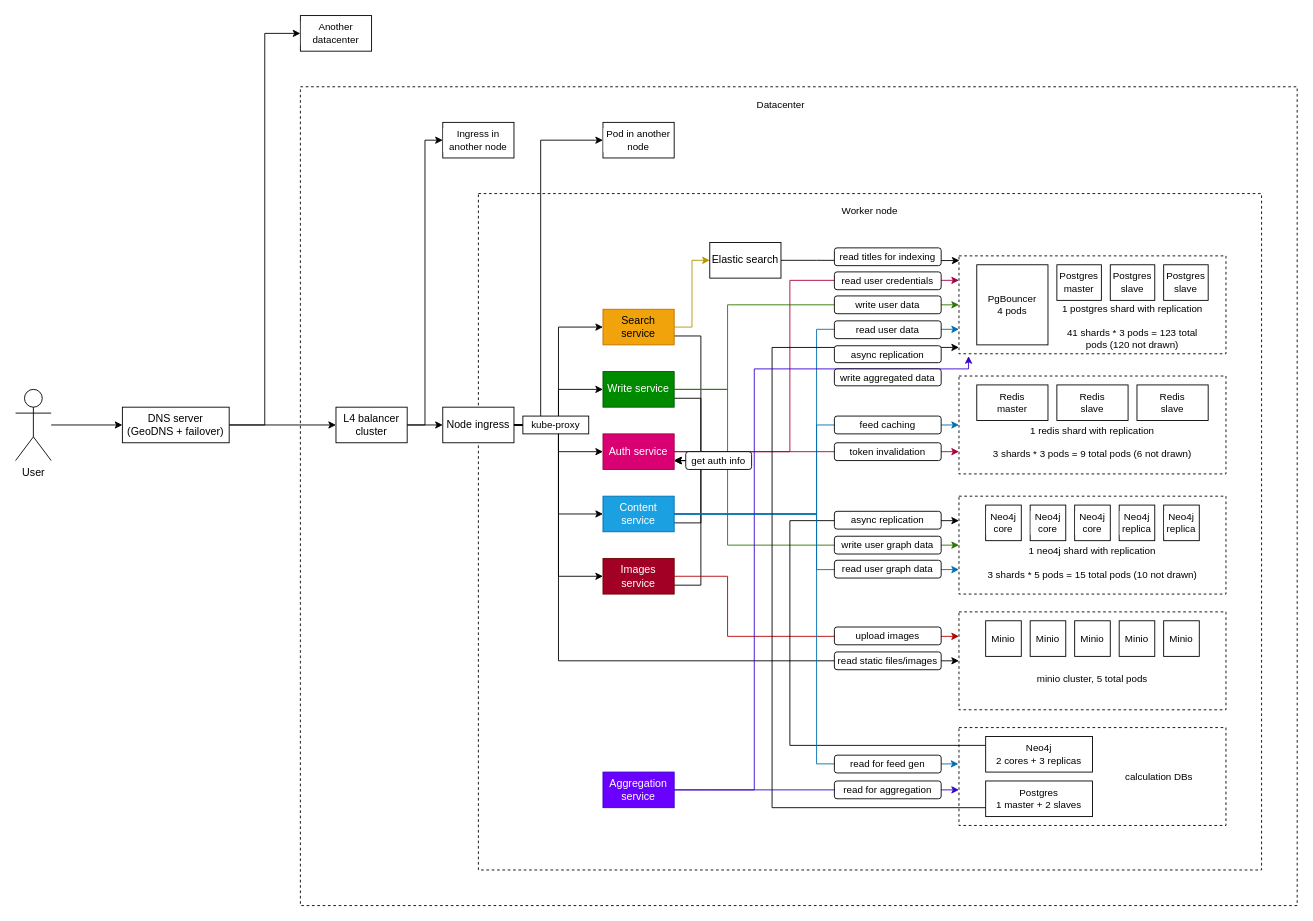
Above: assets/drawio/full-diagram.drawio in DeveloperMan313/vk-highload (draw.io), before the change. Source tidied: cells renumbered, new cells numbered last; positions are measured from the earlier drawing's top-left corner, leaving out a move shared by most shapes. Both pictures are drawn from the tidied source at 89%, with x=0, y=0 at pixel (15, 15).
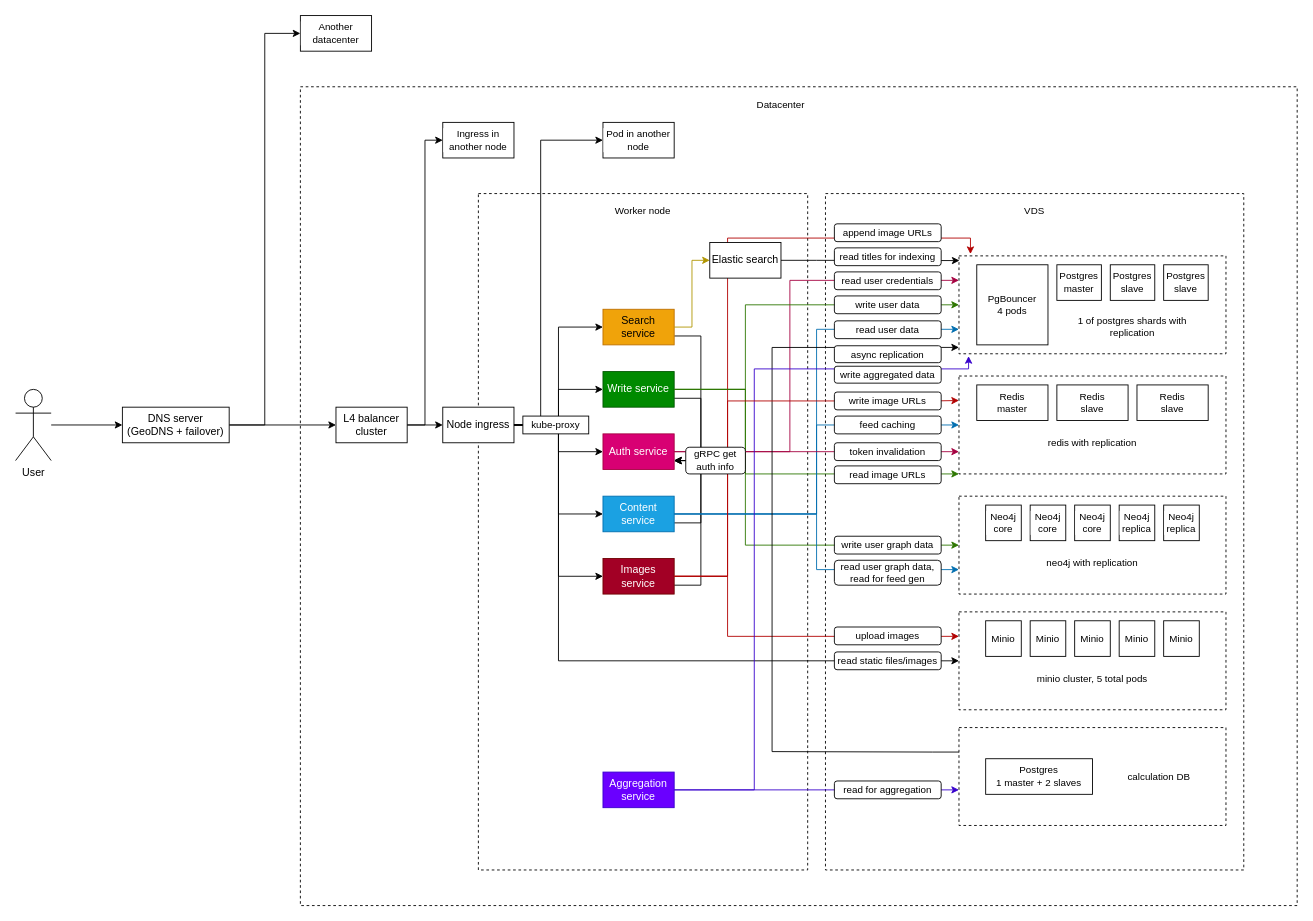
The same page after the edit.

Commit message (it also covers changes not shown here):
Fixes to resource calculations and diagram

Unchanged cells that the change refers to:
```xml
<mxCell id="11" value="&lt;div&gt;Write service&lt;/div&gt;" style="rounded=0;whiteSpace=wrap;html=1;fillColor=#008a00;fontColor=#ffffff;strokeColor=#005700;" parent="1" vertex="1">
  <mxGeometry x="660" y="400" width="80" height="40" as="geometry" />
</mxCell>
<mxCell id="14" value="Images service" style="rounded=0;whiteSpace=wrap;html=1;fillColor=#a20025;fontColor=#ffffff;strokeColor=#6F0000;" parent="1" vertex="1">
  <mxGeometry x="660" y="610" width="80" height="40" as="geometry" />
</mxCell>
<mxCell id="16" value="Content service" style="rounded=0;whiteSpace=wrap;html=1;fillColor=#1ba1e2;fontColor=#ffffff;strokeColor=#006EAF;" parent="1" vertex="1">
  <mxGeometry x="660" y="540" width="80" height="40" as="geometry" />
</mxCell>
<mxCell id="27" style="rounded=0;whiteSpace=wrap;html=1;dashed=1;" parent="1" vertex="1">
  <mxGeometry x="1060" y="270" width="300" height="110" as="geometry" />
</mxCell>
<mxCell id="32" style="rounded=0;whiteSpace=wrap;html=1;dashed=1;" parent="1" vertex="1">
  <mxGeometry x="1060" y="405" width="300" height="110" as="geometry" />
</mxCell>
<mxCell id="37" style="rounded=0;whiteSpace=wrap;html=1;dashed=1;" parent="1" vertex="1">
  <mxGeometry x="1060" y="540" width="300" height="110" as="geometry" />
</mxCell>
<mxCell id="74" style="rounded=0;whiteSpace=wrap;html=1;dashed=1;" parent="1" vertex="1">
  <mxGeometry x="1060" y="800" width="300" height="110" as="geometry" />
</mxCell>
```

Change to the diagram source:
```diff
@@
+    <mxCell id="97" style="rounded=0;whiteSpace=wrap;html=1;dashed=1;" parent="1" vertex="1">
+      <mxGeometry x="910" y="200" width="470" height="760" as="geometry" />
+    </mxCell>
     <mxCell id="3" style="rounded=0;whiteSpace=wrap;html=1;dashed=1;" parent="1" vertex="1">
-      <mxGeometry x="520" y="200" width="880" height="760" as="geometry" />
+      <mxGeometry x="520" y="200" width="370" height="760" as="geometry" />
     </mxCell>
@@
-    <mxCell id="28" value="&lt;div&gt;1 postgres shard with replication&lt;/div&gt;&lt;div&gt;&lt;br&gt;&lt;/div&gt;&lt;div&gt;41 shards * 3 pods = 123 total pods (120 not drawn)&lt;/div&gt;" style="text;html=1;whiteSpace=wrap;strokeColor=none;fillColor=none;align=center;verticalAlign=middle;rounded=0;fontFamily=Helvetica;fontSize=11;fontColor=default;labelBackgroundColor=default;" parent="1" vertex="1">
+    <mxCell id="28" value="&lt;div&gt;1 of postgres shards with replication&lt;/div&gt;" style="text;html=1;whiteSpace=wrap;strokeColor=none;fillColor=none;align=center;verticalAlign=middle;rounded=0;fontFamily=Helvetica;fontSize=11;fontColor=default;labelBackgroundColor=default;" parent="1" vertex="1">
       <mxGeometry x="1170" y="320" width="170" height="60" as="geometry" />
     </mxCell>
@@
-    <mxCell id="36" value="&lt;div&gt;1 redis shard with replication&lt;/div&gt;&lt;div&gt;&lt;br&gt;&lt;/div&gt;&lt;div&gt;3 shards * 3 pods = 9 total pods (6 not drawn)&lt;/div&gt;" style="text;html=1;whiteSpace=wrap;strokeColor=none;fillColor=none;align=center;verticalAlign=middle;rounded=0;fontFamily=Helvetica;fontSize=11;fontColor=default;labelBackgroundColor=default;" parent="1" vertex="1">
+    <mxCell id="36" value="&lt;div&gt;redis with replication&lt;/div&gt;" style="text;html=1;whiteSpace=wrap;strokeColor=none;fillColor=none;align=center;verticalAlign=middle;rounded=0;fontFamily=Helvetica;fontSize=11;fontColor=default;labelBackgroundColor=default;" parent="1" vertex="1">
       <mxGeometry x="1070" y="455" width="280" height="50" as="geometry" />
     </mxCell>
@@
-    <mxCell id="41" value="&lt;div&gt;1 neo4j shard with replication&lt;/div&gt;&lt;div&gt;&lt;br&gt;&lt;/div&gt;&lt;div&gt;3 shards * 5 pods = 15 total pods (10 not drawn)&lt;/div&gt;" style="text;html=1;whiteSpace=wrap;strokeColor=none;fillColor=none;align=center;verticalAlign=middle;rounded=0;fontFamily=Helvetica;fontSize=11;fontColor=default;labelBackgroundColor=default;" parent="1" vertex="1">
+    <mxCell id="41" value="&lt;div&gt;neo4j with replication&lt;/div&gt;" style="text;html=1;whiteSpace=wrap;strokeColor=none;fillColor=none;align=center;verticalAlign=middle;rounded=0;fontFamily=Helvetica;fontSize=11;fontColor=default;labelBackgroundColor=default;" parent="1" vertex="1">
       <mxGeometry x="1070" y="590" width="280" height="50" as="geometry" />
     </mxCell>
-    <mxCell id="42" style="endArrow=classic;startArrow=none;html=1;rounded=0;strokeColor=#2D7600;align=center;verticalAlign=middle;fontFamily=Helvetica;fontSize=11;fontColor=default;labelBackgroundColor=default;edgeStyle=orthogonalEdgeStyle;entryX=0;entryY=0.5;entryDx=0;entryDy=0;exitX=1;exitY=0.5;exitDx=0;exitDy=0;fillColor=#60a917;startFill=0;" parent="1" edge="1" source="11" target="27">
+    <mxCell id="42" style="endArrow=classic;startArrow=none;html=1;rounded=0;strokeColor=#2D7600;align=center;verticalAlign=middle;fontFamily=Helvetica;fontSize=11;fontColor=default;labelBackgroundColor=default;edgeStyle=orthogonalEdgeStyle;entryX=0;entryY=1;entryDx=0;entryDy=0;exitX=1;exitY=0.5;exitDx=0;exitDy=0;fillColor=#60a917;startFill=0;" parent="1" edge="1" source="11" target="32">
       <mxGeometry relative="1" as="geometry">
         <Array as="points">
-          <mxPoint x="800" y="420" />
-          <mxPoint x="800" y="325" />
+          <mxPoint x="820" y="420" />
+          <mxPoint x="820" y="515" />
         </Array>
       </mxGeometry>
     </mxCell>
     <mxCell id="43" style="endArrow=classic;startArrow=none;html=1;rounded=0;strokeColor=#2D7600;align=center;verticalAlign=middle;fontFamily=Helvetica;fontSize=11;fontColor=default;labelBackgroundColor=default;edgeStyle=orthogonalEdgeStyle;entryX=0;entryY=0.5;entryDx=0;entryDy=0;exitX=1;exitY=0.5;exitDx=0;exitDy=0;fillColor=#60a917;startFill=0;" parent="1" edge="1" source="11" target="37">
       <mxGeometry relative="1" as="geometry">
         <Array as="points">
-          <mxPoint x="800" y="420" />
-          <mxPoint x="800" y="595" />
+          <mxPoint x="820" y="420" />
+          <mxPoint x="820" y="595" />
         </Array>
       </mxGeometry>
     </mxCell>
@@
-    <mxCell id="55" value="Elastic search" style="rounded=0;whiteSpace=wrap;html=1;" parent="1" vertex="1">
-      <mxGeometry x="780" y="255" width="80" height="40" as="geometry" />
-    </mxCell>
@@
-    <mxCell id="61" value="write user data" style="rounded=1;whiteSpace=wrap;html=1;fontFamily=Helvetica;fontSize=11;fontColor=default;" parent="1" vertex="1">
-      <mxGeometry x="920" y="315" width="120" height="20" as="geometry" />
-    </mxCell>
@@
     <mxCell id="67" value="Worker node" style="text;html=1;strokeColor=none;fillColor=none;align=center;verticalAlign=middle;whiteSpace=wrap;rounded=0;fontSize=11;fontFamily=Helvetica;fontColor=default;" parent="1" vertex="1">
-      <mxGeometry x="520" y="200" width="880" height="40" as="geometry" />
+      <mxGeometry x="520" y="200" width="370" height="40" as="geometry" />
     </mxCell>
@@
-    <mxCell id="70" value="read user graph data" style="rounded=1;whiteSpace=wrap;html=1;fontFamily=Helvetica;fontSize=11;fontColor=default;" parent="1" vertex="1">
-      <mxGeometry x="920" y="612" width="120" height="20" as="geometry" />
+    <mxCell id="70" value="read user graph data, read for feed gen" style="rounded=1;whiteSpace=wrap;html=1;fontFamily=Helvetica;fontSize=11;fontColor=default;" parent="1" vertex="1">
+      <mxGeometry x="920" y="612" width="120" height="28" as="geometry" />
     </mxCell>
@@
     <mxCell id="75" value="Postgres&lt;br&gt;1 master + 2 slaves" style="rounded=0;whiteSpace=wrap;html=1;fontFamily=Helvetica;fontSize=11;fontColor=default;labelBackgroundColor=default;" parent="1" vertex="1">
-      <mxGeometry x="1090" y="860" width="120" height="40" as="geometry" />
+      <mxGeometry x="1090" y="835" width="120" height="40" as="geometry" />
     </mxCell>
-    <mxCell id="76" style="edgeStyle=orthogonalEdgeStyle;rounded=0;jettySize=auto;html=1;exitX=0;exitY=0.25;exitDx=0;exitDy=0;entryX=0;entryY=0.25;entryDx=0;entryDy=0;startArrow=none;startFill=0;" parent="1" edge="1" source="77" target="37">
-      <mxGeometry relative="1" as="geometry">
-        <Array as="points">
-          <mxPoint x="870" y="820" />
-          <mxPoint x="870" y="568" />
-        </Array>
-      </mxGeometry>
-    </mxCell>
-    <mxCell id="77" value="Neo4j&lt;br&gt;2 cores + 3 replicas" style="rounded=0;whiteSpace=wrap;html=1;fontFamily=Helvetica;fontSize=11;fontColor=default;labelBackgroundColor=default;" parent="1" vertex="1">
-      <mxGeometry x="1090" y="810" width="120" height="40" as="geometry" />
-    </mxCell>
-    <mxCell id="78" value="calculation DBs" style="text;html=1;whiteSpace=wrap;strokeColor=none;fillColor=none;align=center;verticalAlign=middle;rounded=0;fontFamily=Helvetica;fontSize=11;fontColor=default;labelBackgroundColor=default;" parent="1" vertex="1">
+    <mxCell id="78" value="calculation DB" style="text;html=1;whiteSpace=wrap;strokeColor=none;fillColor=none;align=center;verticalAlign=middle;rounded=0;fontFamily=Helvetica;fontSize=11;fontColor=default;labelBackgroundColor=default;" parent="1" vertex="1">
       <mxGeometry x="1210" y="810" width="150" height="90" as="geometry" />
     </mxCell>
-    <mxCell id="79" style="edgeStyle=orthogonalEdgeStyle;rounded=0;jettySize=auto;html=1;exitX=0;exitY=0.75;exitDx=0;exitDy=0;entryX=0;entryY=0.935;entryDx=0;entryDy=0;startArrow=none;startFill=0;entryPerimeter=0;" parent="1" edge="1" source="75" target="27">
+    <mxCell id="79" style="edgeStyle=orthogonalEdgeStyle;rounded=0;jettySize=auto;html=1;exitX=0;exitY=0.25;exitDx=0;exitDy=0;entryX=0;entryY=0.935;entryDx=0;entryDy=0;startArrow=none;startFill=0;entryPerimeter=0;" parent="1" edge="1" source="74" target="27">
       <mxGeometry relative="1" as="geometry">
         <Array as="points">
-          <mxPoint x="850" y="890" />
+          <mxPoint x="1030" y="827" />
+          <mxPoint x="850" y="827" />
           <mxPoint x="850" y="373" />
         </Array>
       </mxGeometry>
     </mxCell>
@@
-    <mxCell id="81" value="async replication" style="rounded=1;whiteSpace=wrap;html=1;fontFamily=Helvetica;fontSize=11;fontColor=default;" parent="1" vertex="1">
-      <mxGeometry x="920" y="557" width="120" height="20" as="geometry" />
-    </mxCell>
@@
     <mxCell id="84" value="write aggregated data" style="rounded=1;whiteSpace=wrap;html=1;fontFamily=Helvetica;fontSize=11;fontColor=default;" parent="1" vertex="1">
-      <mxGeometry x="920" y="397" width="120" height="19" as="geometry" />
+      <mxGeometry x="920" y="394" width="120" height="19" as="geometry" />
     </mxCell>
@@
-    <mxCell id="87" style="edgeStyle=orthogonalEdgeStyle;shape=connector;rounded=0;jettySize=auto;html=1;exitX=1;exitY=0.5;exitDx=0;exitDy=0;entryX=-0.002;entryY=0.371;entryDx=0;entryDy=0;entryPerimeter=0;labelBackgroundColor=default;strokeColor=#006EAF;align=center;verticalAlign=middle;fontFamily=Helvetica;fontSize=11;fontColor=default;startArrow=none;startFill=0;endArrow=classic;fillColor=#1ba1e2;" parent="1" edge="1" source="16" target="74">
-      <mxGeometry relative="1" as="geometry">
-        <Array as="points">
-          <mxPoint x="900" y="560" />
-          <mxPoint x="900" y="841" />
-        </Array>
-      </mxGeometry>
-    </mxCell>
-    <mxCell id="88" value="read for feed gen" style="rounded=1;whiteSpace=wrap;html=1;fontFamily=Helvetica;fontSize=11;fontColor=default;" parent="1" vertex="1">
-      <mxGeometry x="920" y="831" width="120" height="20" as="geometry" />
-    </mxCell>
-    <mxCell id="89" value="get auth info" style="rounded=1;whiteSpace=wrap;html=1;fontFamily=Helvetica;fontSize=11;fontColor=default;" parent="1" vertex="1">
-      <mxGeometry x="753" y="490" width="74" height="20" as="geometry" />
-    </mxCell>
@@
+    <mxCell id="98" value="VDS" style="text;html=1;strokeColor=none;fillColor=none;align=center;verticalAlign=middle;whiteSpace=wrap;rounded=0;fontSize=11;fontFamily=Helvetica;fontColor=default;" parent="1" vertex="1">
+      <mxGeometry x="910" y="200" width="470" height="40" as="geometry" />
+    </mxCell>
+    <mxCell id="99" style="endArrow=classic;startArrow=none;html=1;rounded=0;align=center;verticalAlign=middle;fontFamily=Helvetica;fontSize=11;fontColor=default;labelBackgroundColor=default;edgeStyle=orthogonalEdgeStyle;exitX=1;exitY=0.5;exitDx=0;exitDy=0;entryX=0.043;entryY=-0.019;entryDx=0;entryDy=0;fillColor=#e51400;strokeColor=#B20000;startFill=0;entryPerimeter=0;" parent="1" edge="1" source="14" target="27">
+      <mxGeometry relative="1" as="geometry">
+        <Array as="points">
+          <mxPoint x="800" y="630" />
+          <mxPoint x="800" y="250" />
+          <mxPoint x="1073" y="250" />
+        </Array>
+      </mxGeometry>
+    </mxCell>
+    <mxCell id="55" value="Elastic search" style="rounded=0;whiteSpace=wrap;html=1;" parent="1" vertex="1">
+      <mxGeometry x="780" y="255" width="80" height="40" as="geometry" />
+    </mxCell>
+    <mxCell id="100" value="append image URLs" style="rounded=1;whiteSpace=wrap;html=1;fontFamily=Helvetica;fontSize=11;fontColor=default;" parent="1" vertex="1">
+      <mxGeometry x="920" y="234" width="120" height="20" as="geometry" />
+    </mxCell>
+    <mxCell id="101" style="endArrow=classic;startArrow=none;html=1;rounded=0;align=center;verticalAlign=middle;fontFamily=Helvetica;fontSize=11;fontColor=default;labelBackgroundColor=default;edgeStyle=orthogonalEdgeStyle;exitX=1;exitY=0.5;exitDx=0;exitDy=0;entryX=0;entryY=0.25;entryDx=0;entryDy=0;fillColor=#e51400;strokeColor=#B20000;startFill=0;" parent="1" edge="1" source="14" target="32">
+      <mxGeometry relative="1" as="geometry">
+        <Array as="points">
+          <mxPoint x="800" y="630" />
+          <mxPoint x="800" y="433" />
+          <mxPoint x="1030" y="433" />
+        </Array>
+      </mxGeometry>
+    </mxCell>
+    <mxCell id="89" value="gRPC get auth info" style="rounded=1;whiteSpace=wrap;html=1;fontFamily=Helvetica;fontSize=11;fontColor=default;" parent="1" vertex="1">
+      <mxGeometry x="753" y="485" width="67" height="30" as="geometry" />
+    </mxCell>
+    <mxCell id="102" value="write image URLs" style="rounded=1;whiteSpace=wrap;html=1;fontFamily=Helvetica;fontSize=11;fontColor=default;" parent="1" vertex="1">
+      <mxGeometry x="920" y="423" width="120" height="20" as="geometry" />
+    </mxCell>
+    <mxCell id="103" style="endArrow=classic;startArrow=none;html=1;rounded=0;strokeColor=#2D7600;align=center;verticalAlign=middle;fontFamily=Helvetica;fontSize=11;fontColor=default;labelBackgroundColor=default;edgeStyle=orthogonalEdgeStyle;entryX=0;entryY=0.5;entryDx=0;entryDy=0;exitX=1;exitY=0.5;exitDx=0;exitDy=0;fillColor=#60a917;startFill=0;" parent="1" edge="1" source="11" target="27">
+      <mxGeometry relative="1" as="geometry">
+        <Array as="points">
+          <mxPoint x="820" y="420" />
+          <mxPoint x="820" y="325" />
+        </Array>
+      </mxGeometry>
+    </mxCell>
+    <mxCell id="104" value="read image URLs" style="rounded=1;whiteSpace=wrap;html=1;fontFamily=Helvetica;fontSize=11;fontColor=default;" parent="1" vertex="1">
+      <mxGeometry x="920" y="506" width="120" height="20" as="geometry" />
+    </mxCell>
+    <mxCell id="61" value="write user data" style="rounded=1;whiteSpace=wrap;html=1;fontFamily=Helvetica;fontSize=11;fontColor=default;" parent="1" vertex="1">
+      <mxGeometry x="920" y="315" width="120" height="20" as="geometry" />
+    </mxCell>
```
